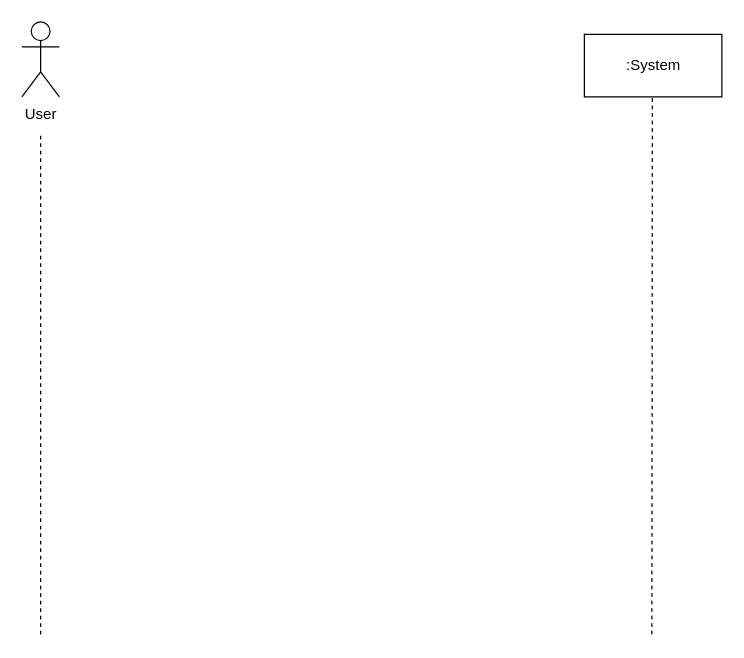
Above: SSD - Submit Food Item.drawio in Esaied19/Team-Albatross (draw.io), before the change. Source tidied: cells renumbered, new cells numbered last; positions are measured from the earlier drawing's top-left corner, leaving out a move shared by most shapes. Both pictures are drawn from the tidied source at 125%, with x=0, y=0 at pixel (21, 21).
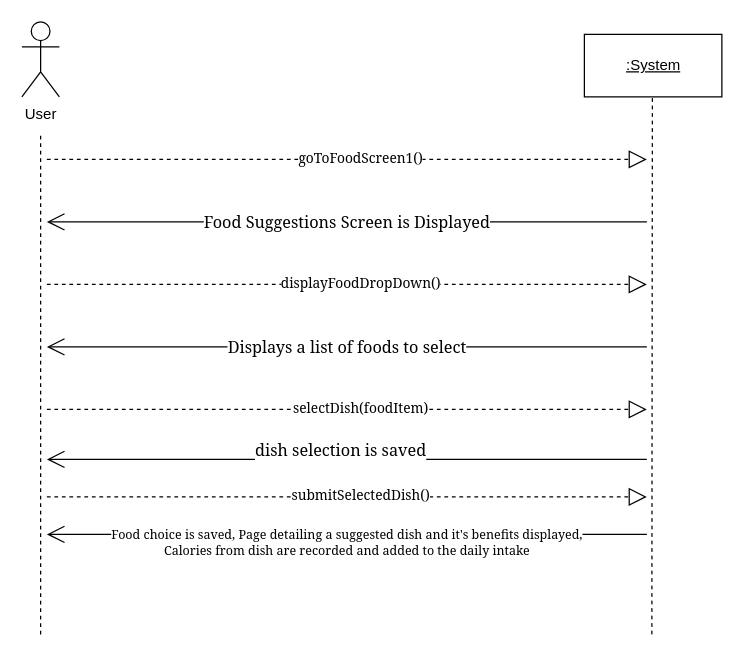
The same page after the edit.

The edit, as a diff of the source:
```diff
@@
-    <mxCell id="3" value=":System" style="html=1;" parent="1" vertex="1">
+    <mxCell id="3" value="&lt;u&gt;:System&lt;/u&gt;" style="html=1;" parent="1" vertex="1">
       <mxGeometry x="450" y="10" width="110" height="50" as="geometry" />
     </mxCell>
@@
+    <mxCell id="6" value="&lt;font face=&quot;Georgia&quot;&gt;&lt;br&gt;&lt;span style=&quot;font-size: 13px ; color: rgb(0 , 0 , 0) ; font-weight: normal ; text-decoration: none ; font-style: normal&quot;&gt;Food Suggestions Screen is Displayed&lt;/span&gt;&lt;br&gt;&lt;br&gt;&lt;/font&gt;" style="endArrow=open;endFill=1;endSize=12;html=1;rounded=0;" parent="1" edge="1">
+      <mxGeometry relative="1" as="geometry">
+        <mxPoint x="500" y="160" as="sourcePoint" />
+        <mxPoint x="20" y="160" as="targetPoint" />
+      </mxGeometry>
+    </mxCell>
+    <mxCell id="7" style="endArrow=block;dashed=1;endFill=0;endSize=12;html=1;rounded=0;" parent="1" edge="1">
+      <mxGeometry relative="1" as="geometry">
+        <mxPoint x="20" y="110" as="sourcePoint" />
+        <mxPoint x="500" y="110" as="targetPoint" />
+      </mxGeometry>
+    </mxCell>
+    <mxCell id="8" value="&lt;font face=&quot;Georgia&quot;&gt;goToFoodScreen1()&lt;/font&gt;" style="edgeLabel;html=1;align=center;verticalAlign=middle;" parent="7" vertex="1">
+      <mxGeometry x="0.04" y="2" relative="1" as="geometry" />
+    </mxCell>
+    <mxCell id="9" style="endArrow=block;dashed=1;endFill=0;endSize=12;html=1;rounded=0;" parent="1" edge="1">
+      <mxGeometry relative="1" as="geometry">
+        <mxPoint x="20" y="210" as="sourcePoint" />
+        <mxPoint x="500" y="210" as="targetPoint" />
+      </mxGeometry>
+    </mxCell>
+    <mxCell id="10" value="&lt;font face=&quot;Georgia&quot;&gt;displayFoodDropDown()&lt;/font&gt;" style="edgeLabel;html=1;align=center;verticalAlign=middle;" parent="9" vertex="1">
+      <mxGeometry x="0.04" y="2" relative="1" as="geometry" />
+    </mxCell>
+    <mxCell id="11" value="&lt;font face=&quot;Georgia&quot;&gt;&lt;span style=&quot;font-size: 13px ; color: rgb(0 , 0 , 0) ; font-weight: normal ; text-decoration: none ; font-style: normal&quot;&gt;Displays a list of foods to select&lt;/span&gt;&lt;/font&gt;" style="endArrow=open;endFill=1;endSize=12;html=1;rounded=0;" parent="1" edge="1">
+      <mxGeometry relative="1" as="geometry">
+        <mxPoint x="500" y="260" as="sourcePoint" />
+        <mxPoint x="20" y="260" as="targetPoint" />
+      </mxGeometry>
+    </mxCell>
+    <mxCell id="12" value="&lt;font face=&quot;Georgia&quot;&gt;&lt;span style=&quot;font-size: 13px ; color: rgb(0 , 0 , 0) ; font-weight: normal ; text-decoration: none ; font-style: normal&quot;&gt;&lt;span style=&quot;font-size: 13px ; color: rgb(0 , 0 , 0) ; font-weight: normal ; text-decoration: none ; font-style: normal&quot;&gt;dish selection is save&lt;/span&gt;d&lt;/span&gt;&lt;br&gt;&lt;br&gt;&lt;/font&gt;" style="endArrow=open;endFill=1;endSize=12;html=1;rounded=0;" parent="1" edge="1">
+      <mxGeometry x="0.02" relative="1" as="geometry">
+        <mxPoint x="500" y="350" as="sourcePoint" />
+        <mxPoint x="20" y="350" as="targetPoint" />
+      </mxGeometry>
+    </mxCell>
+    <mxCell id="13" value="&lt;font style=&quot;font-size: 10px&quot; face=&quot;Georgia&quot;&gt;&lt;br&gt;&lt;/font&gt;&lt;div style=&quot;font-size: 10px&quot;&gt;&lt;font style=&quot;font-size: 10px&quot; face=&quot;Georgia&quot;&gt;&lt;span style=&quot;color: rgb(0 , 0 , 0) ; font-weight: normal ; text-decoration: none ; font-style: normal&quot;&gt;Food choice is saved, Page detailing a suggested dish and it's benefits displayed, &lt;br&gt;&lt;/span&gt;&lt;/font&gt;&lt;/div&gt;&lt;div style=&quot;font-size: 10px&quot;&gt;&lt;font style=&quot;font-size: 10px&quot; face=&quot;Georgia&quot;&gt;&lt;span style=&quot;color: rgb(0 , 0 , 0) ; font-weight: normal ; text-decoration: none ; font-style: normal&quot;&gt;Calories from dish are recorded and added to the daily intake&lt;/span&gt;&lt;/font&gt;&lt;/div&gt;" style="endArrow=open;endFill=1;endSize=12;html=1;rounded=0;" parent="1" edge="1">
+      <mxGeometry relative="1" as="geometry">
+        <mxPoint x="500" y="410" as="sourcePoint" />
+        <mxPoint x="20" y="410" as="targetPoint" />
+      </mxGeometry>
+    </mxCell>
+    <mxCell id="14" style="endArrow=block;dashed=1;endFill=0;endSize=12;html=1;rounded=0;" parent="1" edge="1">
+      <mxGeometry relative="1" as="geometry">
+        <mxPoint x="20" y="380" as="sourcePoint" />
+        <mxPoint x="500" y="380" as="targetPoint" />
+      </mxGeometry>
+    </mxCell>
+    <mxCell id="15" value="&lt;font face=&quot;Georgia&quot;&gt;submitSelectedDish()&lt;/font&gt;" style="edgeLabel;html=1;align=center;verticalAlign=middle;" parent="14" vertex="1">
+      <mxGeometry x="0.04" y="2" relative="1" as="geometry" />
+    </mxCell>
+    <mxCell id="16" style="endArrow=block;dashed=1;endFill=0;endSize=12;html=1;rounded=0;" parent="1" edge="1">
+      <mxGeometry relative="1" as="geometry">
+        <mxPoint x="20" y="310" as="sourcePoint" />
+        <mxPoint x="500" y="310" as="targetPoint" />
+      </mxGeometry>
+    </mxCell>
+    <mxCell id="17" value="&lt;font face=&quot;Georgia&quot;&gt;selectDish(foodItem)&lt;/font&gt;" style="edgeLabel;html=1;align=center;verticalAlign=middle;" parent="16" vertex="1">
+      <mxGeometry x="0.04" y="2" relative="1" as="geometry" />
+    </mxCell>
```
